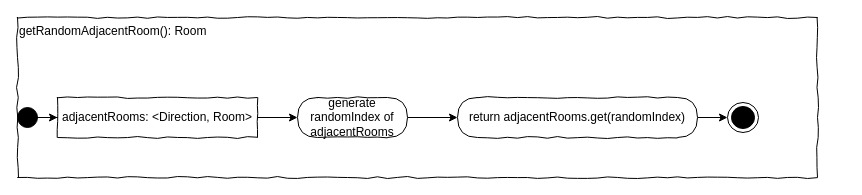
Earlier version of the draw.io diagram page "Room" (4 of 6) of concept/classes.drawio (AljoshaVieth/SoftwareDesignTextAdventure). Source tidied: cells renumbered, new cells numbered last; positions are measured from the earlier drawing's top-left corner, leaving out a move shared by most shapes. Both pictures are drawn from the tidied source at 100%, with x=0, y=0 at pixel (17, 17).
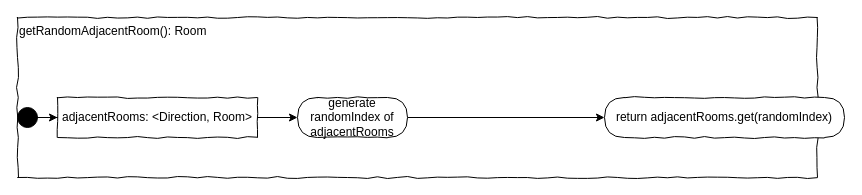
After the change.

Commit message:
Updated room activity diagram

Change to the diagram source:
```diff
@@
 <mxGraphModel>
   <root>
     <mxCell id="0" />
     <mxCell id="1" parent="0" />
     <mxCell id="2" value="&lt;div style=&quot;text-align: left&quot;&gt;&lt;span style=&quot;text-align: center&quot;&gt;getRandomAdjacentRoom(): Room&lt;/span&gt;&lt;br&gt;&lt;/div&gt;" style="rounded=0;whiteSpace=wrap;html=1;shadow=0;glass=0;comic=1;strokeColor=#000000;labelPosition=center;verticalLabelPosition=middle;align=left;verticalAlign=top;absoluteArcSize=1;arcSize=50;" parent="1" vertex="1">
       <mxGeometry width="800" height="160" as="geometry" />
     </mxCell>
     <mxCell id="3" style="edgeStyle=orthogonalEdgeStyle;rounded=0;jettySize=auto;html=1;entryX=0;entryY=0.5;entryDx=0;entryDy=0;" parent="1" edge="1" source="4" target="6">
       <mxGeometry relative="1" as="geometry" />
     </mxCell>
     <mxCell id="4" value="&lt;div style=&quot;text-align: left&quot;&gt;&lt;span&gt;adjacentRooms: &amp;lt;Direction, Room&amp;gt;&lt;/span&gt;&lt;br&gt;&lt;/div&gt;" style="rounded=0;whiteSpace=wrap;html=1;comic=1;" parent="1" vertex="1">
       <mxGeometry x="40" y="80" width="200" height="40" as="geometry" />
     </mxCell>
     <mxCell id="5" style="edgeStyle=orthogonalEdgeStyle;rounded=0;jettySize=auto;html=1;entryX=0;entryY=0.5;entryDx=0;entryDy=0;" parent="1" edge="1" source="6" target="8">
       <mxGeometry relative="1" as="geometry" />
     </mxCell>
     <mxCell id="6" value="generate randomIndex of adjacentRooms" style="rounded=1;whiteSpace=wrap;html=1;absoluteArcSize=1;arcSize=50;strokeWidth=1;shadow=0;comic=1;align=center;" parent="1" vertex="1">
       <mxGeometry x="280" y="80" width="110" height="40" as="geometry" />
     </mxCell>
-    <mxCell id="7" style="edgeStyle=orthogonalEdgeStyle;rounded=0;jettySize=auto;html=1;entryX=0;entryY=0.5;entryDx=0;entryDy=0;" parent="1" edge="1" source="8" target="11">
-      <mxGeometry relative="1" as="geometry" />
-    </mxCell>
     <mxCell id="8" value="return adjacentRooms.get(randomIndex)" style="rounded=1;whiteSpace=wrap;html=1;absoluteArcSize=1;arcSize=50;strokeWidth=1;shadow=0;comic=1;align=center;" parent="1" vertex="1">
-      <mxGeometry x="440" y="80" width="240" height="40" as="geometry" />
+      <mxGeometry x="587" y="80" width="240" height="40" as="geometry" />
     </mxCell>
     <mxCell id="9" style="edgeStyle=orthogonalEdgeStyle;rounded=0;jettySize=auto;html=1;" parent="1" edge="1" source="10" target="4">
       <mxGeometry relative="1" as="geometry" />
     </mxCell>
     <mxCell id="10" style="ellipse;whiteSpace=wrap;html=1;rounded=0;shadow=0;comic=0;labelBackgroundColor=none;strokeColor=#000000;strokeWidth=1;fillColor=#000000;fontFamily=Verdana;fontSize=12;fontColor=#000000;align=center;comic=1;" parent="1" vertex="1">
       <mxGeometry y="90" width="20" height="20" as="geometry" />
     </mxCell>
-    <mxCell id="11" style="ellipse;html=1;shape=endState;fillColor=#000000;strokeColor=#000000;comic=1;align=center;" parent="1" vertex="1">
-      <mxGeometry x="710" y="85" width="31" height="30" as="geometry" />
-    </mxCell>
   </root>
 </mxGraphModel>
```
